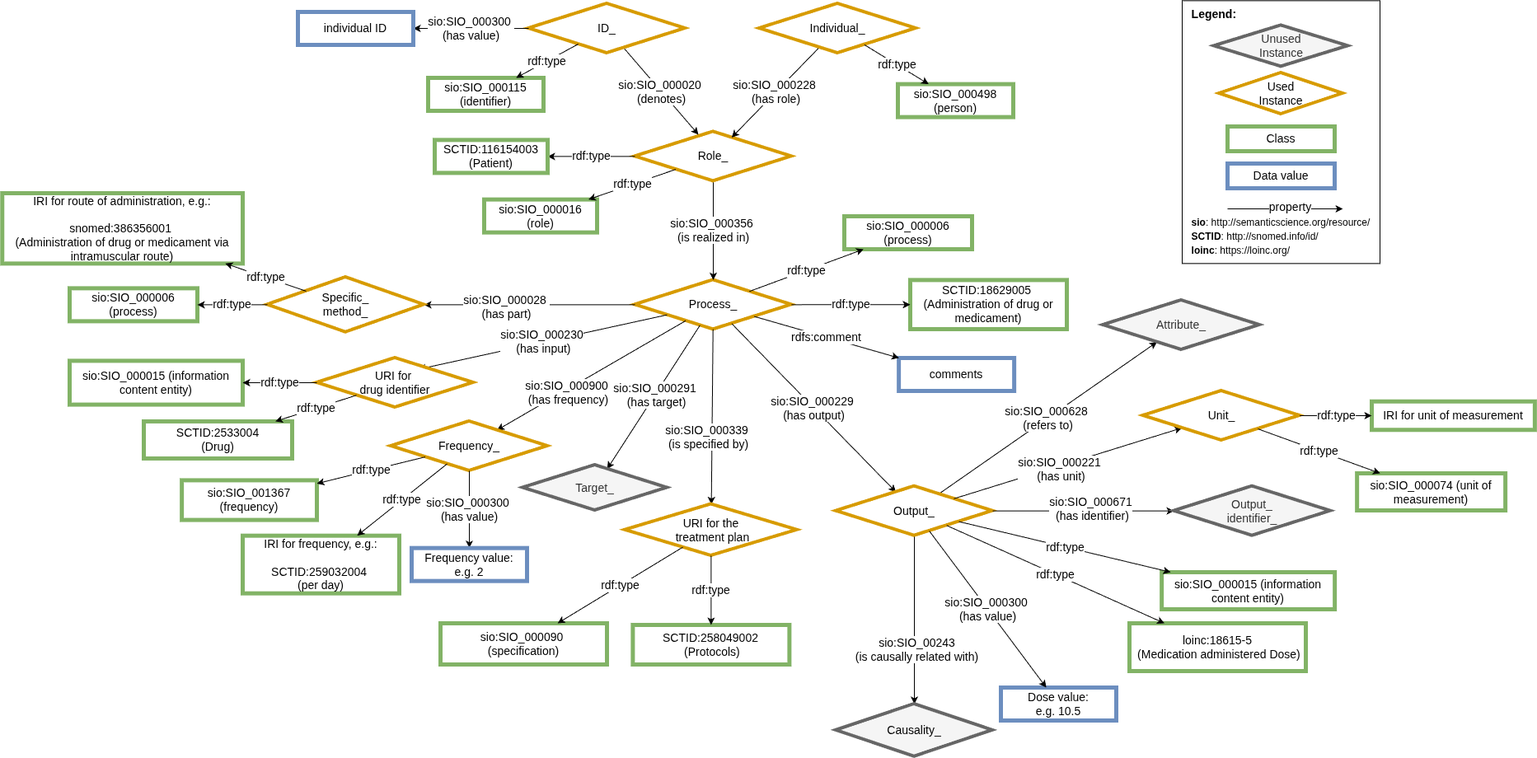
Before: images/snomed/CARE-SM-snomed-Medication.drawio.png, a diagram exported from draw.io (CARE-SM/CARE-Semantic-Model). Source tidied: cells renumbered, new cells last; positions are measured from the earlier drawing's top-left corner, leaving out a move shared by most shapes.
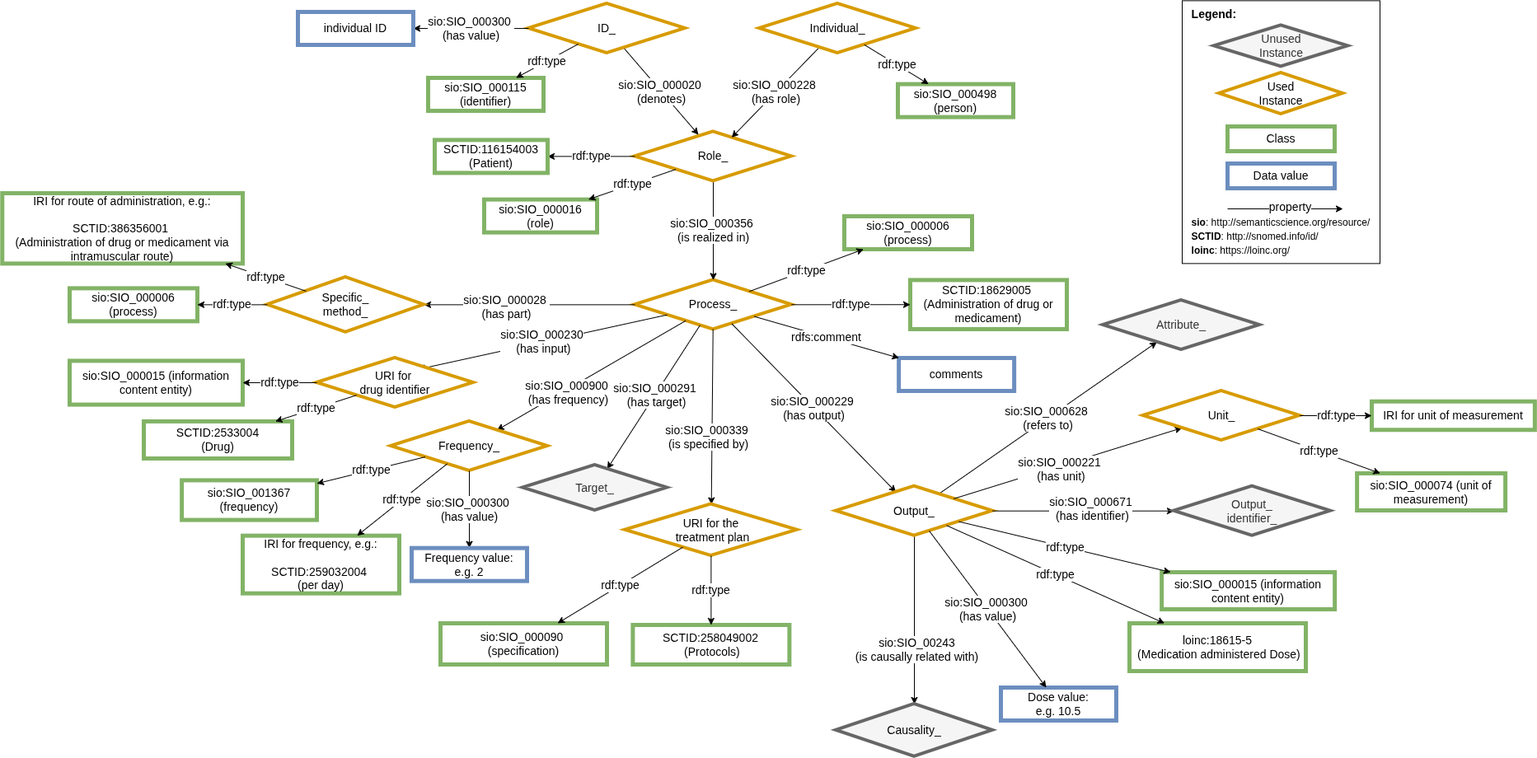
After the commit.

Commit message:
SCTID prefixes fixed

Diff of the diagram source:
```diff
@@ -159,7 +159,7 @@
     <mxCell id="50" value="&lt;div&gt;Specific_&lt;/div&gt;&lt;div&gt;method_&lt;/div&gt;" style="rhombus;whiteSpace=wrap;html=1;fillColor=#FFFFFF;strokeColor=#D79B00;perimeter=rhombusPerimeter;arcSize=20;comic=0;enumerate=0;strokeWidth=4;rounded=0;fontSize=14;" parent="1" vertex="1">
       <mxGeometry x="322" y="336" width="190" height="66.7" as="geometry" />
     </mxCell>
-    <mxCell id="51" value="IRI for route of administration, e.g.:&lt;br style=&quot;border-color: rgb(218, 218, 218);&quot;&gt;&lt;br style=&quot;border-color: rgb(218, 218, 218);&quot;&gt;snomed:386356001&amp;nbsp;&lt;div&gt;(Administration of drug or medicament via intramuscular route)&lt;/div&gt;" style="whiteSpace=wrap;html=1;fillColor=#FFFFFF;strokeColor=#82b366;strokeWidth=5;fontSize=14;" parent="1" vertex="1">
+    <mxCell id="51" value="IRI for route of administration, e.g.:&lt;br style=&quot;border-color: rgb(218, 218, 218);&quot;&gt;&lt;br style=&quot;border-color: rgb(218, 218, 218);&quot;&gt;SCTID:386356001&amp;nbsp;&lt;div&gt;(Administration of drug or medicament via intramuscular route)&lt;/div&gt;" style="whiteSpace=wrap;html=1;fillColor=#FFFFFF;strokeColor=#82b366;strokeWidth=5;fontSize=14;" parent="1" vertex="1">
       <mxGeometry x="0.2" y="234" width="291.8" height="85.4" as="geometry" />
     </mxCell>
     <mxCell id="52" value="sio:SIO_000006 (process)" style="whiteSpace=wrap;html=1;fillColor=#FFFFFF;strokeColor=#82b366;strokeWidth=5;fontSize=14;" parent="1" vertex="1">
```
